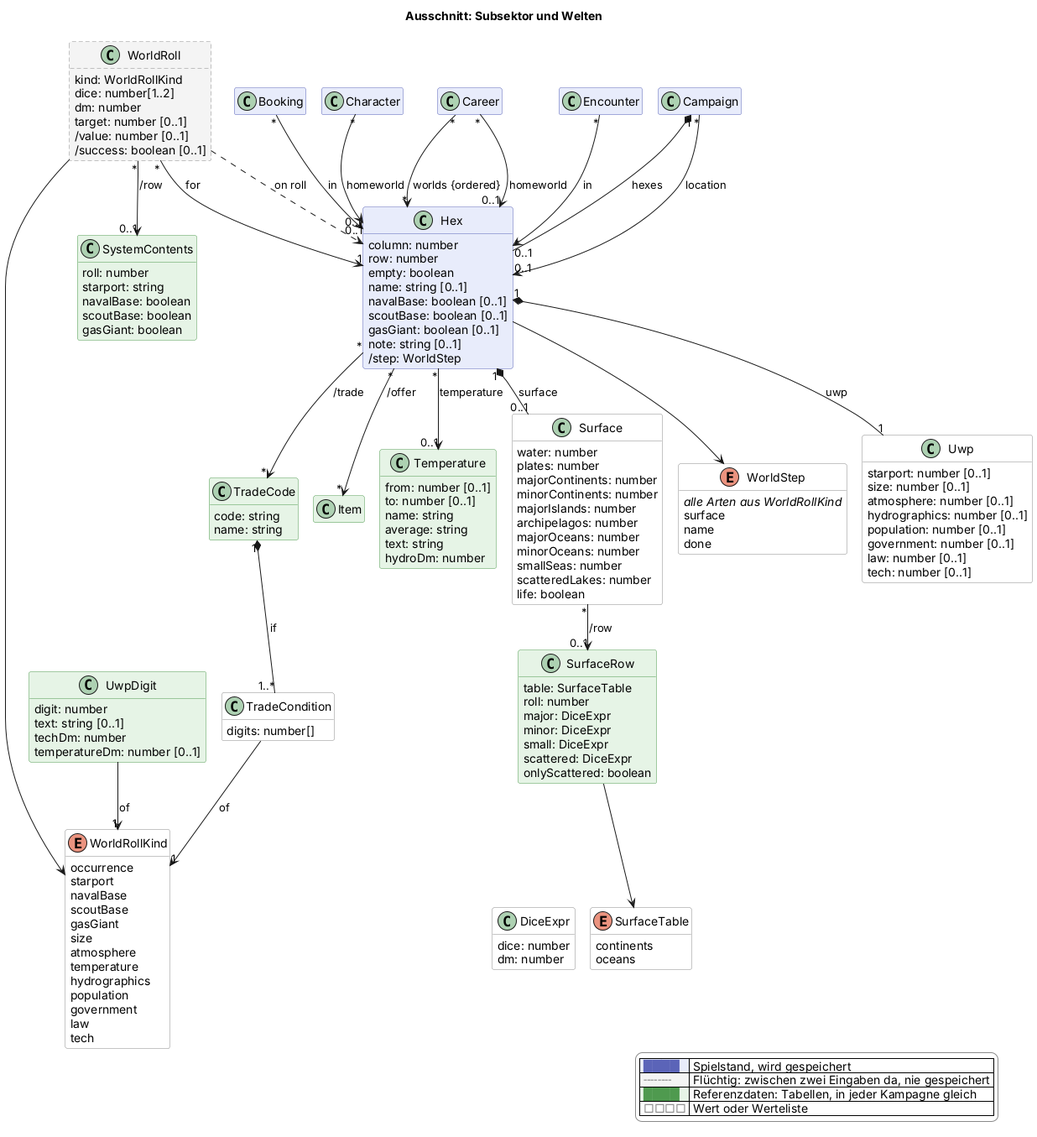
Before: docs/views/sektor.png, a diagram exported from PlantUML (scuzzar/SRE).
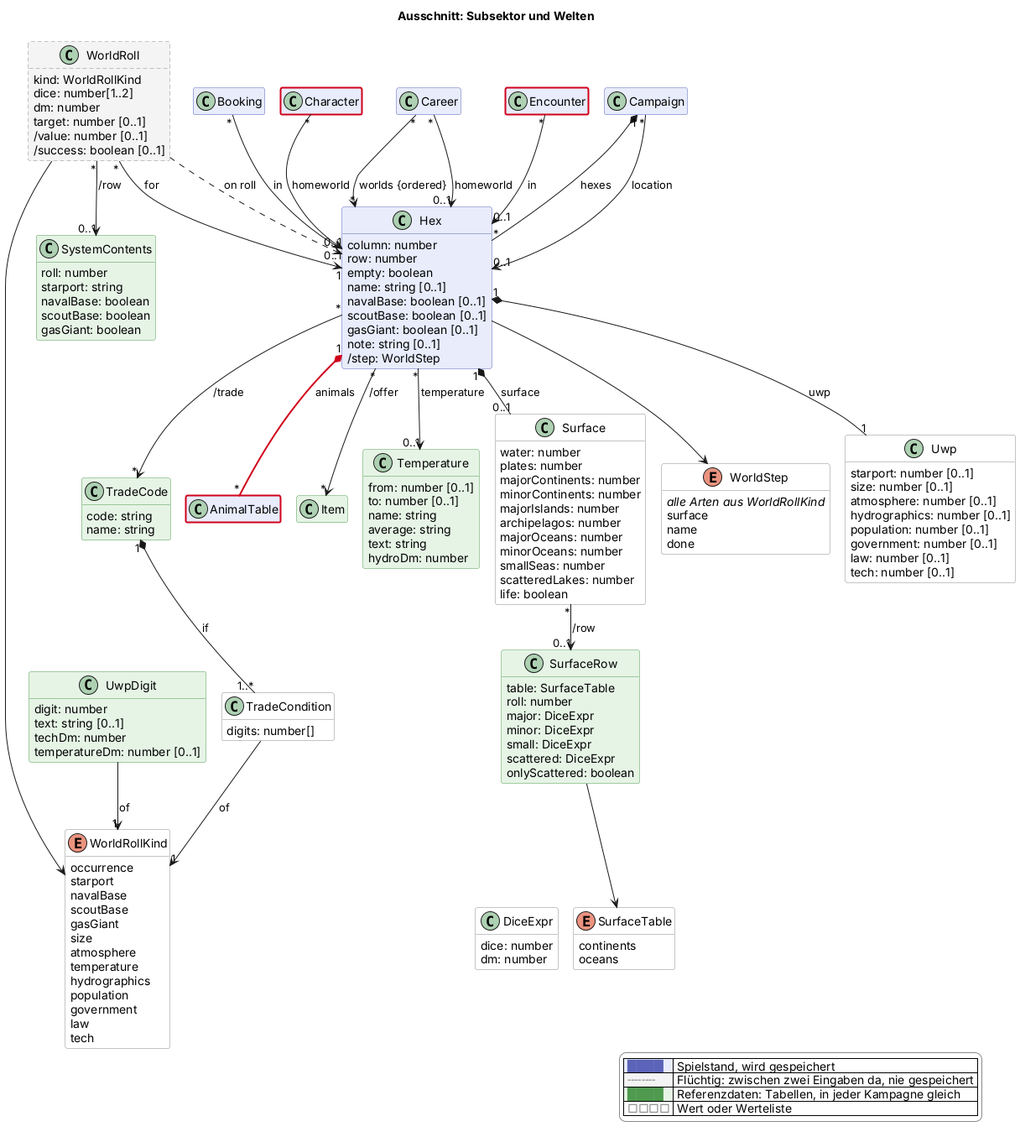
The same diagram one commit later.

What changed in the source:
```diff
@@ -104,6 +104,7 @@
 
 
   class Encounter $begegnung
+  class AnimalTable $begegnung $newClass("2026-11-12c")
 
   class Item <<reference>> $shop
   class SystemContents <<reference>> $sektor {
@@ -217,6 +218,7 @@
 
 
 
+Hex "1" *-$newArrow("2026-11-12c")- "*" AnimalTable : animals
 Encounter "*" --> "0..1" Hex : in
 
 
@@ -227,4 +229,6 @@
   |<#e6f4e6> <color:#4f9a4f>████</color> | Referenzdaten: Tabellen, in jeder Kampagne gleich |
   |<#ffffff> <color:#8a8a8a>□□□□</color> | Wert oder Werteliste |
 endlegend
+class Character #line:d0021b;line.bold
+class Encounter #line:d0021b;line.bold
 @enduml
```
